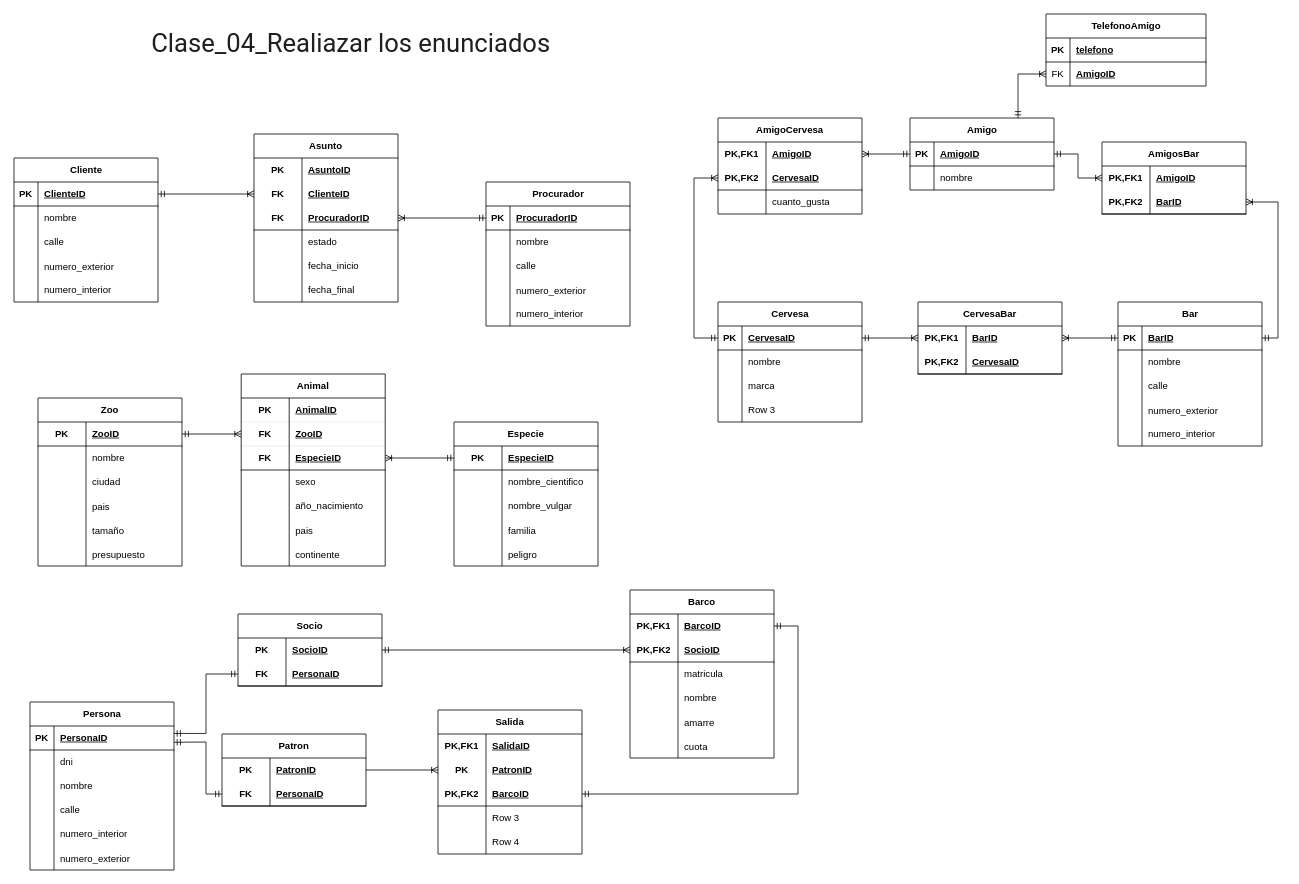
JDFrontEnd/programacion-software-sena keeps this draw.io diagram as page "Clase_04" (3 of 6) of Programacion-Software/data-base/Diagrama sin título.drawio. Above is the earlier version. Source tidied: cells renumbered, new cells numbered last; positions are measured from the earlier drawing's top-left corner, leaving out a move shared by most shapes. Both pictures are drawn from the tidied source at 80%, with x=0, y=0 at pixel (14, 14).
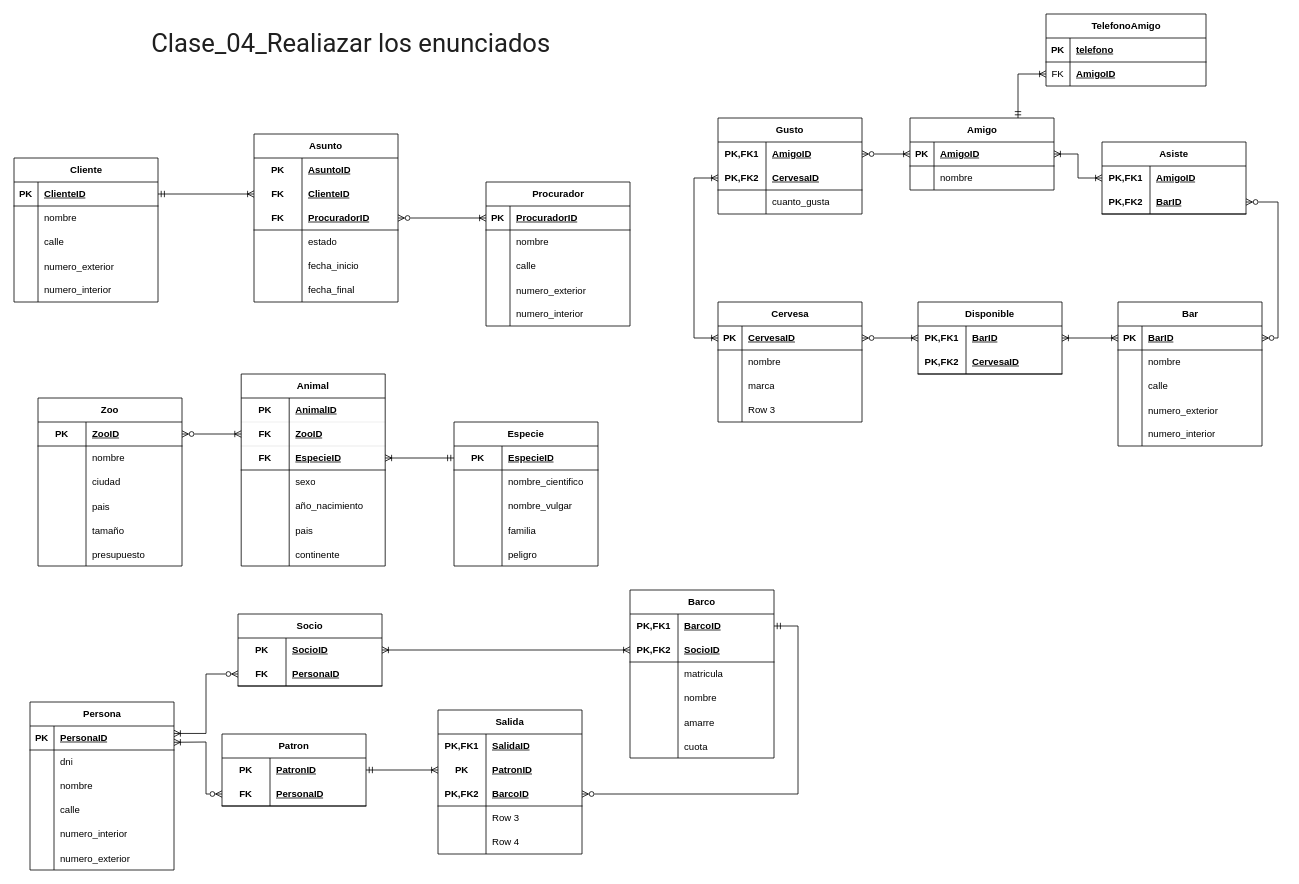
The same diagram, later.

The change refers to these unchanged cells:
```xml
<mxCell id="19" style="shape=tableRow;horizontal=0;startSize=0;swimlaneHead=0;swimlaneBody=0;fillColor=none;points=[[0,0.5],[1,0.5]];portConstraint=eastwest;top=0;left=0;right=0;bottom=1;" parent="18" vertex="1">
  <mxGeometry y="30" width="180" height="30" as="geometry" />
</mxCell>
<mxCell id="41" style="shape=tableRow;horizontal=0;startSize=0;swimlaneHead=0;swimlaneBody=0;fillColor=none;points=[[0,0.5],[1,0.5]];portConstraint=eastwest;top=0;left=0;right=0;bottom=1;html=1;" parent="34" vertex="1">
  <mxGeometry y="90" width="180" height="30" as="geometry" />
</mxCell>
<mxCell id="56" style="shape=tableRow;horizontal=0;startSize=0;swimlaneHead=0;swimlaneBody=0;fillColor=none;points=[[0,0.5],[1,0.5]];portConstraint=eastwest;top=0;left=0;right=0;bottom=1;html=1;" parent="55" vertex="1">
  <mxGeometry y="30" width="180" height="30" as="geometry" />
</mxCell>
<mxCell id="78" style="shape=tableRow;horizontal=0;startSize=0;swimlaneHead=0;swimlaneBody=0;fillColor=none;points=[[0,0.5],[1,0.5]];portConstraint=eastwest;top=0;left=0;right=0;bottom=1;html=1;strokeColor=inherit;opacity=10;opacityGroup=1;" parent="74" vertex="1">
  <mxGeometry y="60" width="180" height="30" as="geometry" />
</mxCell>
<mxCell id="115" style="shape=tableRow;horizontal=0;startSize=0;swimlaneHead=0;swimlaneBody=0;fillColor=none;points=[[0,0.5],[1,0.5]];portConstraint=eastwest;top=0;left=0;right=0;bottom=1;" parent="114" vertex="1">
  <mxGeometry y="30" width="180" height="30" as="geometry" />
</mxCell>
<mxCell id="134" style="shape=tableRow;horizontal=0;startSize=0;swimlaneHead=0;swimlaneBody=0;fillColor=none;points=[[0,0.5],[1,0.5]];portConstraint=eastwest;top=0;left=0;right=0;bottom=0;html=1;" parent="133" vertex="1">
  <mxGeometry y="30" width="180" height="30" as="geometry" />
</mxCell>
<mxCell id="137" style="shape=tableRow;horizontal=0;startSize=0;swimlaneHead=0;swimlaneBody=0;fillColor=none;points=[[0,0.5],[1,0.5]];portConstraint=eastwest;top=0;left=0;right=0;bottom=1;html=1;" parent="133" vertex="1">
  <mxGeometry y="60" width="180" height="30" as="geometry" />
</mxCell>
<mxCell id="141" style="shape=tableRow;horizontal=0;startSize=0;swimlaneHead=0;swimlaneBody=0;fillColor=none;points=[[0,0.5],[1,0.5]];portConstraint=eastwest;top=0;left=0;right=0;bottom=0;html=1;" parent="140" vertex="1">
  <mxGeometry y="30" width="180" height="30" as="geometry" />
</mxCell>
<mxCell id="144" style="shape=tableRow;horizontal=0;startSize=0;swimlaneHead=0;swimlaneBody=0;fillColor=none;points=[[0,0.5],[1,0.5]];portConstraint=eastwest;top=0;left=0;right=0;bottom=1;html=1;" parent="140" vertex="1">
  <mxGeometry y="60" width="180" height="30" as="geometry" />
</mxCell>
<mxCell id="150" style="shape=tableRow;horizontal=0;startSize=0;swimlaneHead=0;swimlaneBody=0;fillColor=none;points=[[0,0.5],[1,0.5]];portConstraint=eastwest;top=0;left=0;right=0;bottom=0;html=1;" parent="149" vertex="1">
  <mxGeometry y="30" width="180" height="30" as="geometry" />
</mxCell>
<mxCell id="153" style="shape=tableRow;horizontal=0;startSize=0;swimlaneHead=0;swimlaneBody=0;fillColor=none;points=[[0,0.5],[1,0.5]];portConstraint=eastwest;top=0;left=0;right=0;bottom=1;html=1;" parent="149" vertex="1">
  <mxGeometry y="60" width="180" height="30" as="geometry" />
</mxCell>
<mxCell id="172" style="shape=tableRow;horizontal=0;startSize=0;swimlaneHead=0;swimlaneBody=0;fillColor=none;points=[[0,0.5],[1,0.5]];portConstraint=eastwest;top=0;left=0;right=0;bottom=0;html=1;" parent="168" vertex="1">
  <mxGeometry y="60" width="180" height="30" as="geometry" />
</mxCell>
<mxCell id="175" style="shape=tableRow;horizontal=0;startSize=0;swimlaneHead=0;swimlaneBody=0;fillColor=none;points=[[0,0.5],[1,0.5]];portConstraint=eastwest;top=0;left=0;right=0;bottom=1;html=1;" parent="168" vertex="1">
  <mxGeometry y="90" width="180" height="30" as="geometry" />
</mxCell>
<mxCell id="188" style="shape=tableRow;horizontal=0;startSize=0;swimlaneHead=0;swimlaneBody=0;fillColor=none;points=[[0,0.5],[1,0.5]];portConstraint=eastwest;top=0;left=0;right=0;bottom=1;" parent="187" vertex="1">
  <mxGeometry y="30" width="180" height="30" as="geometry" />
</mxCell>
<mxCell id="202" style="shape=tableRow;horizontal=0;startSize=0;swimlaneHead=0;swimlaneBody=0;fillColor=none;points=[[0,0.5],[1,0.5]];portConstraint=eastwest;top=0;left=0;right=0;bottom=1;" parent="201" vertex="1">
  <mxGeometry y="30" width="180" height="30" as="geometry" />
</mxCell>
<mxCell id="215" style="shape=tableRow;horizontal=0;startSize=0;swimlaneHead=0;swimlaneBody=0;fillColor=none;points=[[0,0.5],[1,0.5]];portConstraint=eastwest;top=0;left=0;right=0;bottom=1;" parent="214" vertex="1">
  <mxGeometry y="30" width="180" height="30" as="geometry" />
</mxCell>
<mxCell id="232" style="shape=tableRow;horizontal=0;startSize=0;swimlaneHead=0;swimlaneBody=0;fillColor=none;points=[[0,0.5],[1,0.5]];portConstraint=eastwest;top=0;left=0;right=0;bottom=0;html=1;" parent="231" vertex="1">
  <mxGeometry y="30" width="180" height="30" as="geometry" />
</mxCell>
<mxCell id="235" style="shape=tableRow;horizontal=0;startSize=0;swimlaneHead=0;swimlaneBody=0;fillColor=none;points=[[0,0.5],[1,0.5]];portConstraint=eastwest;top=0;left=0;right=0;bottom=1;html=1;" parent="231" vertex="1">
  <mxGeometry y="60" width="180" height="30" as="geometry" />
</mxCell>
<mxCell id="244" style="shape=tableRow;horizontal=0;startSize=0;swimlaneHead=0;swimlaneBody=0;fillColor=none;points=[[0,0.5],[1,0.5]];portConstraint=eastwest;top=0;left=0;right=0;bottom=0;html=1;" parent="243" vertex="1">
  <mxGeometry y="30" width="180" height="30" as="geometry" />
</mxCell>
<mxCell id="253" style="shape=tableRow;horizontal=0;startSize=0;swimlaneHead=0;swimlaneBody=0;fillColor=none;points=[[0,0.5],[1,0.5]];portConstraint=eastwest;top=0;left=0;right=0;bottom=0;html=1;" parent="252" vertex="1">
  <mxGeometry y="30" width="180" height="30" as="geometry" />
</mxCell>
<mxCell id="256" style="shape=tableRow;horizontal=0;startSize=0;swimlaneHead=0;swimlaneBody=0;fillColor=none;points=[[0,0.5],[1,0.5]];portConstraint=eastwest;top=0;left=0;right=0;bottom=1;html=1;" parent="252" vertex="1">
  <mxGeometry y="60" width="180" height="30" as="geometry" />
</mxCell>
```

Change to the diagram source:
```diff
@@
-    <mxCell id="54" style="endArrow=ERmandOne;html=1;rounded=0;defaultLabelBackgroundColor=page;exitX=1;exitY=0.5;exitDx=0;exitDy=0;entryX=0;entryY=0.5;entryDx=0;entryDy=0;endFill=0;startArrow=ERoneToMany;startFill=0;" parent="1" edge="1" source="41" target="19">
+    <mxCell id="54" style="endArrow=ERoneToMany;html=1;rounded=0;defaultLabelBackgroundColor=page;exitX=1;exitY=0.5;exitDx=0;exitDy=0;entryX=0;entryY=0.5;entryDx=0;entryDy=0;endFill=0;startArrow=ERzeroToMany;startFill=0;" parent="1" edge="1" source="41" target="19">
       <mxGeometry relative="1" as="geometry" />
     </mxCell>
@@
-    <mxCell id="113" style="endArrow=ERmandOne;html=1;rounded=0;defaultLabelBackgroundColor=page;entryX=1;entryY=0.5;entryDx=0;entryDy=0;exitX=0;exitY=0.5;exitDx=0;exitDy=0;endFill=0;startArrow=ERoneToMany;startFill=0;" parent="1" edge="1" source="78" target="56">
+    <mxCell id="113" style="endArrow=ERzeroToMany;html=1;rounded=0;defaultLabelBackgroundColor=page;entryX=1;entryY=0.5;entryDx=0;entryDy=0;exitX=0;exitY=0.5;exitDx=0;exitDy=0;endFill=0;startArrow=ERoneToMany;startFill=0;" parent="1" edge="1" source="78" target="56">
       <mxGeometry relative="1" as="geometry" />
     </mxCell>
@@
-    <mxCell id="147" style="endArrow=ERmandOne;html=1;rounded=0;defaultLabelBackgroundColor=page;exitX=1;exitY=0.311;exitDx=0;exitDy=0;exitPerimeter=0;entryX=0;entryY=0.5;entryDx=0;entryDy=0;endFill=0;startArrow=ERmandOne;startFill=0;" parent="1" edge="1" source="115" target="137">
+    <mxCell id="147" style="endArrow=ERzeroToMany;html=1;rounded=0;defaultLabelBackgroundColor=page;exitX=1;exitY=0.311;exitDx=0;exitDy=0;exitPerimeter=0;entryX=0;entryY=0.5;entryDx=0;entryDy=0;endFill=0;startArrow=ERoneToMany;startFill=0;" parent="1" edge="1" source="115" target="137">
       <mxGeometry relative="1" as="geometry">
         <Array as="points">
           <mxPoint x="240" y="899.3" />
           <mxPoint x="240" y="825" />
         </Array>
       </mxGeometry>
     </mxCell>
-    <mxCell id="148" style="endArrow=ERmandOne;html=1;rounded=0;defaultLabelBackgroundColor=page;exitX=1;exitY=0.679;exitDx=0;exitDy=0;exitPerimeter=0;entryX=0;entryY=0.5;entryDx=0;entryDy=0;startArrow=ERmandOne;startFill=0;endFill=0;" parent="1" edge="1" source="115" target="144">
+    <mxCell id="148" style="endArrow=ERzeroToMany;html=1;rounded=0;defaultLabelBackgroundColor=page;exitX=1;exitY=0.679;exitDx=0;exitDy=0;exitPerimeter=0;entryX=0;entryY=0.5;entryDx=0;entryDy=0;startArrow=ERoneToMany;startFill=0;endFill=0;" parent="1" edge="1" source="115" target="144">
       <mxGeometry x="0.01" relative="1" as="geometry">
         <Array as="points">
           <mxPoint x="240" y="910" />
           <mxPoint x="240" y="975" />
         </Array>
       </mxGeometry>
     </mxCell>
@@
-    <mxCell id="184" style="endArrow=ERoneToMany;html=1;rounded=0;defaultLabelBackgroundColor=page;entryX=0;entryY=0.5;entryDx=0;entryDy=0;exitX=1;exitY=0.5;exitDx=0;exitDy=0;startArrow=ERmandOne;startFill=0;endFill=0;" parent="1" edge="1" source="134" target="153">
+    <mxCell id="184" style="endArrow=ERoneToMany;html=1;rounded=0;defaultLabelBackgroundColor=page;entryX=0;entryY=0.5;entryDx=0;entryDy=0;exitX=1;exitY=0.5;exitDx=0;exitDy=0;startArrow=ERoneToMany;startFill=0;endFill=0;" parent="1" edge="1" source="134" target="153">
       <mxGeometry relative="1" as="geometry" />
     </mxCell>
-    <mxCell id="185" style="endArrow=ERmandOne;html=1;rounded=0;defaultLabelBackgroundColor=page;entryX=1;entryY=0.5;entryDx=0;entryDy=0;exitX=1;exitY=0.5;exitDx=0;exitDy=0;endFill=0;startArrow=ERmandOne;startFill=0;" parent="1" edge="1" source="175" target="150">
+    <mxCell id="185" style="endArrow=ERmandOne;html=1;rounded=0;defaultLabelBackgroundColor=page;entryX=1;entryY=0.5;entryDx=0;entryDy=0;exitX=1;exitY=0.5;exitDx=0;exitDy=0;endFill=0;startArrow=ERzeroToMany;startFill=0;" parent="1" edge="1" source="175" target="150">
       <mxGeometry relative="1" as="geometry">
         <Array as="points">
           <mxPoint x="980" y="975" />
           <mxPoint x="980" y="765" />
         </Array>
       </mxGeometry>
     </mxCell>
-    <mxCell id="186" style="endArrow=ERoneToMany;html=1;rounded=0;defaultLabelBackgroundColor=page;entryX=0;entryY=0.5;entryDx=0;entryDy=0;exitX=1;exitY=0.5;exitDx=0;exitDy=0;endFill=0;" parent="1" edge="1" source="141" target="172">
+    <mxCell id="186" style="endArrow=ERoneToMany;html=1;rounded=0;defaultLabelBackgroundColor=page;entryX=0;entryY=0.5;entryDx=0;entryDy=0;exitX=1;exitY=0.5;exitDx=0;exitDy=0;endFill=0;startArrow=ERmandOne;startFill=0;" parent="1" edge="1" source="141" target="172">
       <mxGeometry relative="1" as="geometry" />
     </mxCell>
@@
-    <mxCell id="231" value="AmigoCervesa" style="shape=table;startSize=30;childLayout=tableLayout;rowLines=0;fontStyle=1;align=center;html=1;whiteSpace=wrap;" parent="1" vertex="1">
+    <mxCell id="231" value="Gusto" style="shape=table;startSize=30;childLayout=tableLayout;rowLines=0;fontStyle=1;align=center;html=1;whiteSpace=wrap;" parent="1" vertex="1">
       <mxGeometry x="880" y="130" width="180" height="120" as="geometry" />
     </mxCell>
@@
-    <mxCell id="241" style="endArrow=ERmandOne;html=1;rounded=0;defaultLabelBackgroundColor=page;entryX=0;entryY=0.5;entryDx=0;entryDy=0;exitX=1;exitY=0.5;exitDx=0;exitDy=0;endFill=0;startArrow=ERoneToMany;startFill=0;" parent="1" edge="1" source="232" target="188">
-      <mxGeometry x="0.01" relative="1" as="geometry">
+    <mxCell id="241" style="endArrow=ERoneToMany;html=1;rounded=0;defaultLabelBackgroundColor=page;entryX=0;entryY=0.5;entryDx=0;entryDy=0;exitX=1;exitY=0.5;exitDx=0;exitDy=0;endFill=0;startArrow=ERzeroToMany;startFill=0;" parent="1" edge="1" source="232" target="188">
+      <mxGeometry relative="1" as="geometry">
         <Array as="points">
           <mxPoint x="1080" y="175" />
         </Array>
       </mxGeometry>
     </mxCell>
-    <mxCell id="242" style="endArrow=ERmandOne;html=1;rounded=0;defaultLabelBackgroundColor=page;exitX=0;exitY=0.5;exitDx=0;exitDy=0;entryX=0;entryY=0.5;entryDx=0;entryDy=0;endFill=0;startArrow=ERoneToMany;startFill=0;" parent="1" edge="1" source="235" target="202">
+    <mxCell id="242" style="endArrow=ERoneToMany;html=1;rounded=0;defaultLabelBackgroundColor=page;exitX=0;exitY=0.5;exitDx=0;exitDy=0;entryX=0;entryY=0.5;entryDx=0;entryDy=0;endFill=0;startArrow=ERoneToMany;startFill=0;" parent="1" edge="1" source="235" target="202">
       <mxGeometry x="-0.09" relative="1" as="geometry">
         <Array as="points">
           <mxPoint x="850" y="205" />
           <mxPoint x="850" y="405" />
         </Array>
       </mxGeometry>
     </mxCell>
-    <mxCell id="243" value="CervesaBar" style="shape=table;startSize=30;childLayout=tableLayout;rowLines=0;fontStyle=1;align=center;html=1;whiteSpace=wrap;" parent="1" vertex="1">
+    <mxCell id="243" value="Disponible" style="shape=table;startSize=30;childLayout=tableLayout;rowLines=0;fontStyle=1;align=center;html=1;whiteSpace=wrap;" parent="1" vertex="1">
       <mxGeometry x="1130" y="360" width="180" height="90" as="geometry" />
     </mxCell>
@@
-    <mxCell id="250" style="endArrow=ERoneToMany;html=1;rounded=0;defaultLabelBackgroundColor=page;exitX=1;exitY=0.5;exitDx=0;exitDy=0;entryX=0;entryY=0.5;entryDx=0;entryDy=0;startArrow=ERmandOne;startFill=0;endFill=0;" parent="1" edge="1" source="202" target="244">
+    <mxCell id="250" style="endArrow=ERoneToMany;html=1;rounded=0;defaultLabelBackgroundColor=page;exitX=1;exitY=0.5;exitDx=0;exitDy=0;entryX=0;entryY=0.5;entryDx=0;entryDy=0;startArrow=ERzeroToMany;startFill=0;endFill=0;" parent="1" edge="1" source="202" target="244">
       <mxGeometry relative="1" as="geometry" />
     </mxCell>
-    <mxCell id="251" style="endArrow=ERoneToMany;html=1;rounded=0;defaultLabelBackgroundColor=page;exitX=0;exitY=0.5;exitDx=0;exitDy=0;entryX=1;entryY=0.5;entryDx=0;entryDy=0;startArrow=ERmandOne;startFill=0;endFill=0;" parent="1" edge="1" source="215" target="244">
+    <mxCell id="251" style="endArrow=ERoneToMany;html=1;rounded=0;defaultLabelBackgroundColor=page;exitX=0;exitY=0.5;exitDx=0;exitDy=0;entryX=1;entryY=0.5;entryDx=0;entryDy=0;startArrow=ERoneToMany;startFill=0;endFill=0;" parent="1" edge="1" source="215" target="244">
       <mxGeometry relative="1" as="geometry" />
     </mxCell>
-    <mxCell id="252" value="AmigosBar" style="shape=table;startSize=30;childLayout=tableLayout;rowLines=0;fontStyle=1;align=center;html=1;whiteSpace=wrap;" parent="1" vertex="1">
+    <mxCell id="252" value="Asiste" style="shape=table;startSize=30;childLayout=tableLayout;rowLines=0;fontStyle=1;align=center;html=1;whiteSpace=wrap;" parent="1" vertex="1">
       <mxGeometry x="1360" y="160" width="180" height="90" as="geometry" />
     </mxCell>
@@
-    <mxCell id="259" style="endArrow=ERoneToMany;html=1;rounded=0;defaultLabelBackgroundColor=page;exitX=1;exitY=0.5;exitDx=0;exitDy=0;entryX=0;entryY=0.5;entryDx=0;entryDy=0;startArrow=ERmandOne;startFill=0;endFill=0;" parent="1" edge="1" source="188" target="253">
+    <mxCell id="259" style="endArrow=ERoneToMany;html=1;rounded=0;defaultLabelBackgroundColor=page;exitX=1;exitY=0.5;exitDx=0;exitDy=0;entryX=0;entryY=0.5;entryDx=0;entryDy=0;startArrow=ERoneToMany;startFill=0;endFill=0;" parent="1" edge="1" source="188" target="253">
       <mxGeometry relative="1" as="geometry">
         <Array as="points">
           <mxPoint x="1330" y="175" />
           <mxPoint x="1330" y="205" />
         </Array>
       </mxGeometry>
     </mxCell>
-    <mxCell id="260" style="endArrow=ERoneToMany;html=1;rounded=0;defaultLabelBackgroundColor=page;exitX=1;exitY=0.5;exitDx=0;exitDy=0;entryX=1;entryY=0.5;entryDx=0;entryDy=0;startArrow=ERmandOne;startFill=0;endFill=0;" parent="1" edge="1" source="215" target="256">
+    <mxCell id="260" style="endArrow=ERzeroToMany;html=1;rounded=0;defaultLabelBackgroundColor=page;exitX=1;exitY=0.5;exitDx=0;exitDy=0;entryX=1;entryY=0.5;entryDx=0;entryDy=0;startArrow=ERzeroToMany;startFill=0;endFill=0;" parent="1" edge="1" source="215" target="256">
       <mxGeometry x="0.12" relative="1" as="geometry">
         <Array as="points">
           <mxPoint x="1580" y="405" />
           <mxPoint x="1580" y="235" />
         </Array>
       </mxGeometry>
     </mxCell>
```
